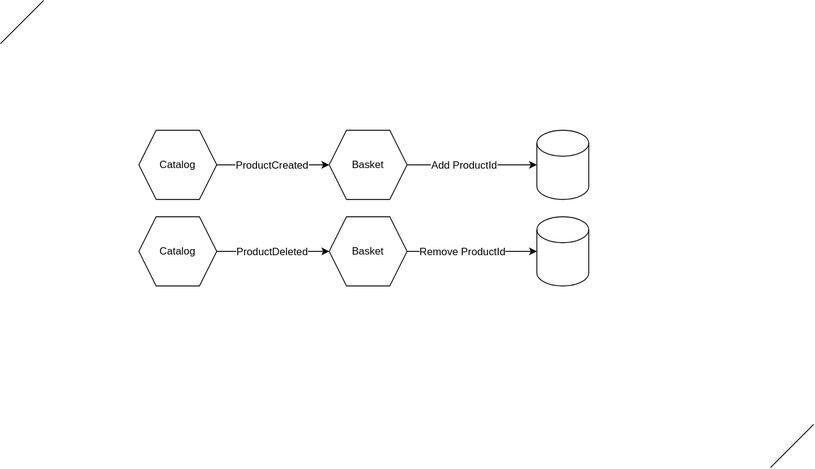
This is Diagrams/Modular Monolith—Integration Events.svg from PacktPublishing/Architecting-ASP.NET-Core-Applications-3E, a draw.io export, as it was before one commit. Source tidied: cells renumbered, new cells last; positions are measured from the earlier drawing's top-left corner, leaving out a move shared by most shapes.
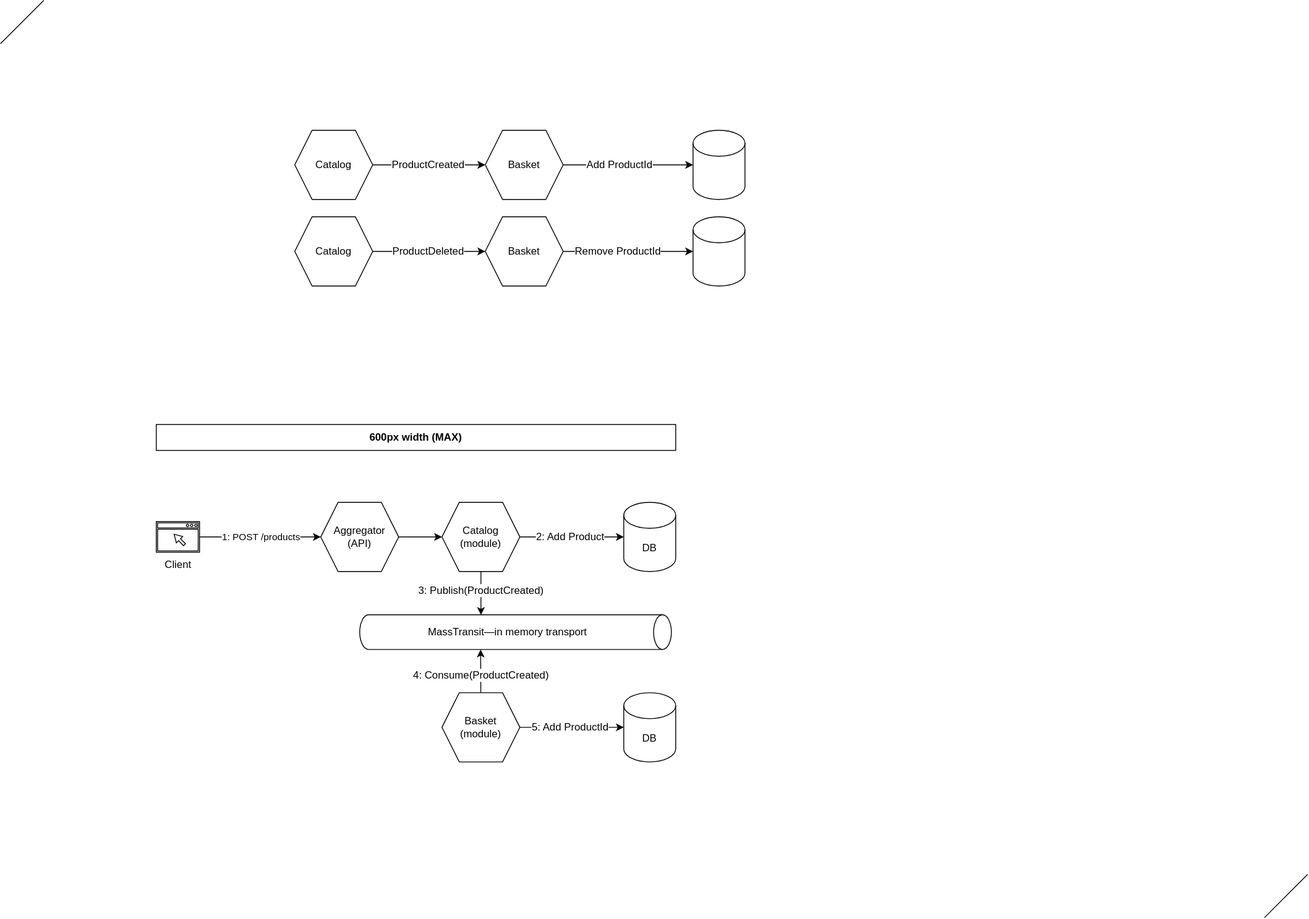
Later version of the same file.

What changed in the source:
```diff
@@ -54,15 +54,82 @@
     </mxCell>
     <mxCell id="16" style="endArrow=none;html=1;rounded=1;fontSize=12;fillColor=default;" parent="1" edge="1">
       <mxGeometry relative="1" as="geometry">
-        <mxPoint y="50" as="sourcePoint" />
-        <mxPoint x="50" as="targetPoint" />
+        <mxPoint x="-180" y="50" as="sourcePoint" />
+        <mxPoint x="-130" as="targetPoint" />
       </mxGeometry>
     </mxCell>
     <mxCell id="17" style="endArrow=none;html=1;rounded=1;fontSize=12;fillColor=default;" parent="1" edge="1">
       <mxGeometry relative="1" as="geometry">
-        <mxPoint x="890" y="540" as="sourcePoint" />
-        <mxPoint x="940" y="490" as="targetPoint" />
+        <mxPoint x="1280" y="1060" as="sourcePoint" />
+        <mxPoint x="1330" y="1010" as="targetPoint" />
       </mxGeometry>
     </mxCell>
+    <mxCell id="18" style="rounded=1;html=1;fontSize=12;startArrow=none;startFill=0;fillColor=default;entryX=0.004;entryY=0.611;entryDx=0;entryDy=0;entryPerimeter=0;" parent="1" edge="1" source="20" target="25">
+      <mxGeometry relative="1" as="geometry" />
+    </mxCell>
+    <mxCell id="19" value="3: Publish(ProductCreated)" style="edgeLabel;html=1;align=center;verticalAlign=middle;fontSize=12;" parent="18" vertex="1">
+      <mxGeometry x="-0.22" y="2" relative="1" as="geometry">
+        <mxPoint x="-2" y="2" as="offset" />
+      </mxGeometry>
+    </mxCell>
+    <mxCell id="20" value="Catalog&lt;br&gt;(module)" style="shape=hexagon;perimeter=hexagonPerimeter2;whiteSpace=wrap;html=1;fixedSize=1;rounded=0;labelBackgroundColor=none;sketch=0;strokeColor=default;strokeWidth=1;fontSize=12;fillColor=default;" parent="1" vertex="1">
+      <mxGeometry x="330" y="580" width="90" height="80" as="geometry" />
+    </mxCell>
+    <mxCell id="21" style="rounded=1;html=1;fontSize=12;startArrow=none;startFill=0;fillColor=default;" parent="1" edge="1" source="23" target="24">
+      <mxGeometry relative="1" as="geometry" />
+    </mxCell>
+    <mxCell id="22" value="5: Add ProductId" style="edgeLabel;html=1;align=center;verticalAlign=middle;fontSize=12;" parent="21" vertex="1">
+      <mxGeometry x="-0.54" y="1" relative="1" as="geometry">
+        <mxPoint x="30" y="1" as="offset" />
+      </mxGeometry>
+    </mxCell>
+    <mxCell id="23" value="Basket&lt;br&gt;(module)" style="shape=hexagon;perimeter=hexagonPerimeter2;whiteSpace=wrap;html=1;fixedSize=1;rounded=0;labelBackgroundColor=none;sketch=0;strokeColor=default;strokeWidth=1;fontSize=12;fillColor=default;" parent="1" vertex="1">
+      <mxGeometry x="330" y="800" width="90" height="80" as="geometry" />
+    </mxCell>
+    <mxCell id="24" value="DB" style="shape=cylinder3;whiteSpace=wrap;html=1;boundedLbl=1;backgroundOutline=1;size=15;rounded=0;labelBackgroundColor=none;sketch=0;strokeColor=default;strokeWidth=1;fontSize=12;fillColor=default;" parent="1" vertex="1">
+      <mxGeometry x="540" y="800" width="60" height="80" as="geometry" />
+    </mxCell>
+    <mxCell id="25" value="MassTransit—in memory transport" style="shape=cylinder3;whiteSpace=wrap;html=1;boundedLbl=1;backgroundOutline=1;size=10.263157894736992;rounded=0;sketch=0;strokeColor=default;strokeWidth=1;fontSize=12;horizontal=0;rotation=90;" parent="1" vertex="1">
+      <mxGeometry x="395" y="550" width="40" height="360" as="geometry" />
+    </mxCell>
+    <mxCell id="26" style="rounded=1;html=1;fontSize=12;startArrow=none;startFill=0;fillColor=default;entryX=1.004;entryY=0.612;entryDx=0;entryDy=0;entryPerimeter=0;" parent="1" edge="1" source="23" target="25">
+      <mxGeometry relative="1" as="geometry" />
+    </mxCell>
+    <mxCell id="27" value="4: Consume(ProductCreated)" style="edgeLabel;html=1;align=center;verticalAlign=middle;fontSize=12;" parent="26" vertex="1">
+      <mxGeometry x="-0.22" y="2" relative="1" as="geometry">
+        <mxPoint x="2" y="-1" as="offset" />
+      </mxGeometry>
+    </mxCell>
+    <mxCell id="28" style="rounded=1;html=1;fontSize=12;startArrow=none;startFill=0;fillColor=default;" parent="1" edge="1" source="20" target="30">
+      <mxGeometry relative="1" as="geometry" />
+    </mxCell>
+    <mxCell id="29" value="2: Add Product" style="edgeLabel;html=1;align=center;verticalAlign=middle;fontSize=12;" parent="28" vertex="1">
+      <mxGeometry x="-0.54" y="1" relative="1" as="geometry">
+        <mxPoint x="30" y="1" as="offset" />
+      </mxGeometry>
+    </mxCell>
+    <mxCell id="30" value="DB" style="shape=cylinder3;whiteSpace=wrap;html=1;boundedLbl=1;backgroundOutline=1;size=15;rounded=0;labelBackgroundColor=none;sketch=0;strokeColor=default;strokeWidth=1;fontSize=12;fillColor=default;" parent="1" vertex="1">
+      <mxGeometry x="540" y="580" width="60" height="80" as="geometry" />
+    </mxCell>
+    <mxCell id="31" style="edgeStyle=none;rounded=1;html=1;fontSize=12;startArrow=none;startFill=0;fillColor=default;" parent="1" edge="1" source="32" target="20">
+      <mxGeometry relative="1" as="geometry" />
+    </mxCell>
+    <mxCell id="32" value="Aggregator&lt;br&gt;(API)" style="shape=hexagon;perimeter=hexagonPerimeter2;whiteSpace=wrap;html=1;fixedSize=1;rounded=0;sketch=0;strokeWidth=1;fontSize=12;strokeColor=default;" parent="1" vertex="1">
+      <mxGeometry x="190" y="580" width="90" height="80" as="geometry" />
+    </mxCell>
+    <mxCell id="33" style="edgeStyle=elbowEdgeStyle;rounded=1;html=1;fontSize=12;startArrow=none;startFill=0;fillColor=default;" parent="1" edge="1" source="35" target="32">
+      <mxGeometry relative="1" as="geometry" />
+    </mxCell>
+    <mxCell id="34" value="1: POST /products" style="edgeLabel;html=1;align=center;verticalAlign=middle;fontSize=11;" parent="33" vertex="1">
+      <mxGeometry x="-0.36" relative="1" as="geometry">
+        <mxPoint x="26" as="offset" />
+      </mxGeometry>
+    </mxCell>
+    <mxCell id="35" value="Client" style="sketch=0;shadow=0;dashed=0;html=1;strokeColor=default;fillColor=default;labelPosition=center;verticalLabelPosition=bottom;verticalAlign=top;align=center;outlineConnect=0;shape=mxgraph.vvd.web_browser;rounded=0;labelBackgroundColor=default;strokeWidth=1;fontSize=12;" parent="1" vertex="1">
+      <mxGeometry y="602.2" width="50" height="35.5" as="geometry" />
+    </mxCell>
+    <mxCell id="36" value="600px width (MAX)" style="rounded=0;whiteSpace=wrap;html=1;align=center;fontStyle=1;" parent="1" vertex="1">
+      <mxGeometry y="490" width="600" height="30" as="geometry" />
+    </mxCell>
   </root>
 </mxGraphModel>
```
